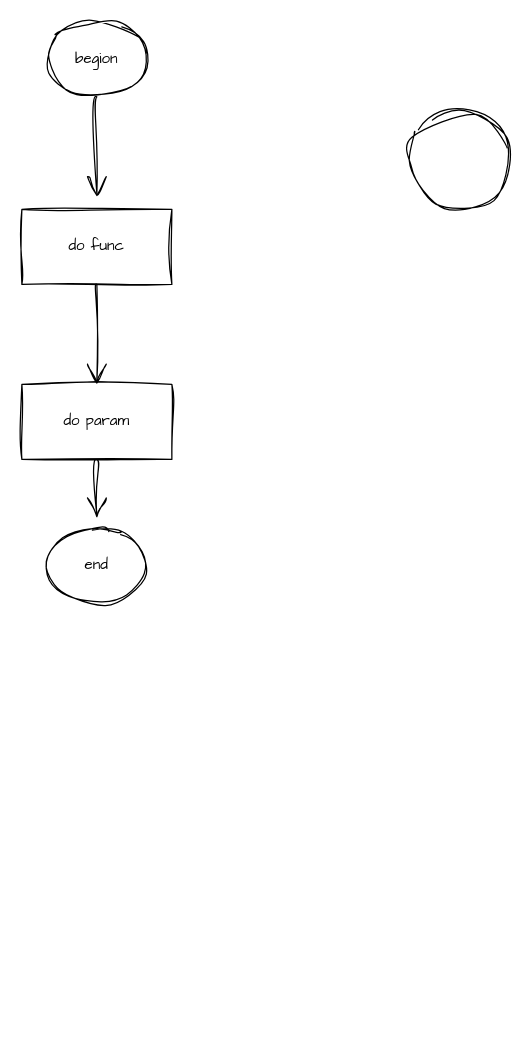
Before: 架构流程图.drawio in herozdz/drawio, a draw.io diagram. Source tidied: cells renumbered, new cells numbered last; positions are measured from the earlier drawing's top-left corner, leaving out a move shared by most shapes. Both pictures are drawn from the tidied source at 125%, with x=0, y=0 at pixel (21, 21).
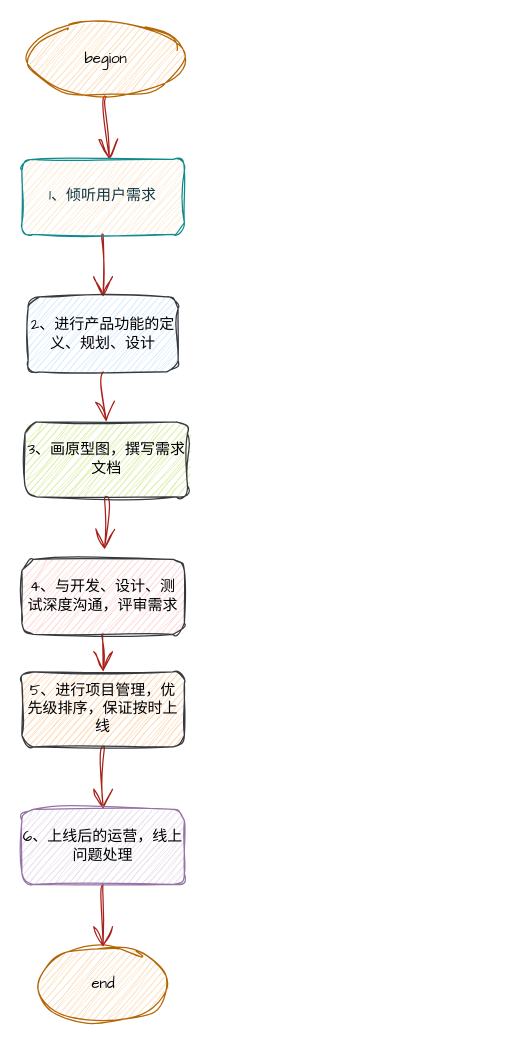
Above is the later version.

Commit message:
更新架构流程图.drawio

Diff of the diagram source:
```diff
@@
 <mxGraphModel>
   <root>
     <mxCell id="0" />
     <mxCell id="1" parent="0" />
-    <mxCell id="2" style="edgeStyle=none;curved=1;rounded=0;sketch=1;hachureGap=4;jiggle=2;curveFitting=1;jettySize=auto;html=1;exitX=0.5;exitY=1;exitDx=0;exitDy=0;fontFamily=Architects Daughter;fontSize=16;startSize=14;endArrow=open;endSize=14;sourcePerimeterSpacing=8;targetPerimeterSpacing=8;" parent="1" edge="1" source="3">
+    <mxCell id="2" style="edgeStyle=none;curved=1;rounded=1;hachureGap=4;jettySize=auto;html=1;exitX=0.5;exitY=1;exitDx=0;exitDy=0;fontFamily=Architects Daughter;fontSize=16;startSize=14;endArrow=open;endSize=14;sourcePerimeterSpacing=8;targetPerimeterSpacing=8;sketch=1;curveFitting=1;jiggle=2;labelBackgroundColor=none;strokeColor=#A8201A;fontColor=default;" parent="1" edge="1" source="3">
       <mxGeometry relative="1" as="geometry">
-        <mxPoint x="60" y="140" as="targetPoint" />
+        <mxPoint x="70" y="110" as="targetPoint" />
       </mxGeometry>
     </mxCell>
-    <mxCell id="3" value="begion" style="ellipse;whiteSpace=wrap;html=1;sketch=1;hachureGap=4;jiggle=2;curveFitting=1;fontFamily=Architects Daughter;" parent="1" vertex="1">
-      <mxGeometry x="20" width="80" height="60" as="geometry" />
+    <mxCell id="3" value="begion" style="ellipse;whiteSpace=wrap;html=1;hachureGap=4;fontFamily=Architects Daughter;rounded=1;sketch=1;curveFitting=1;jiggle=2;labelBackgroundColor=none;fillColor=#fad7ac;strokeColor=#b46504;" parent="1" vertex="1">
+      <mxGeometry x="5" width="125" height="60" as="geometry" />
     </mxCell>
-    <mxCell id="4" style="edgeStyle=none;curved=1;rounded=0;sketch=1;hachureGap=4;jiggle=2;curveFitting=1;jettySize=auto;html=1;exitX=0.5;exitY=1;exitDx=0;exitDy=0;fontFamily=Architects Daughter;fontSize=16;startSize=14;endArrow=open;endSize=14;sourcePerimeterSpacing=8;targetPerimeterSpacing=8;" parent="1" edge="1" source="5">
-      <mxGeometry relative="1" as="geometry">
-        <mxPoint x="60" y="290" as="targetPoint" />
-      </mxGeometry>
+    <mxCell id="4" style="edgeStyle=none;curved=1;rounded=1;hachureGap=4;jettySize=auto;html=1;exitX=0.5;exitY=1;exitDx=0;exitDy=0;fontFamily=Architects Daughter;fontSize=16;startSize=14;endArrow=open;endSize=14;sourcePerimeterSpacing=8;targetPerimeterSpacing=8;entryX=0.5;entryY=0;entryDx=0;entryDy=0;sketch=1;curveFitting=1;jiggle=2;labelBackgroundColor=none;strokeColor=#A8201A;fontColor=default;" parent="1" edge="1" source="5" target="7">
+      <mxGeometry relative="1" as="geometry" />
     </mxCell>
-    <mxCell id="5" value="do func" style="whiteSpace=wrap;html=1;sketch=1;hachureGap=4;jiggle=2;curveFitting=1;fontFamily=Architects Daughter;" parent="1" vertex="1">
-      <mxGeometry y="150" width="120" height="60" as="geometry" />
+    <mxCell id="5" value="1、倾听用户需求" style="whiteSpace=wrap;html=1;hachureGap=4;fontFamily=Architects Daughter;rounded=1;sketch=1;curveFitting=1;jiggle=2;labelBackgroundColor=none;fillColor=#FAE5C7;strokeColor=#0F8B8D;fontColor=#143642;" parent="1" vertex="1">
+      <mxGeometry y="110" width="130" height="60" as="geometry" />
     </mxCell>
-    <mxCell id="6" style="edgeStyle=none;curved=1;rounded=0;sketch=1;hachureGap=4;jiggle=2;curveFitting=1;jettySize=auto;html=1;exitX=0.5;exitY=1;exitDx=0;exitDy=0;fontFamily=Architects Daughter;fontSize=16;startSize=14;endArrow=open;endSize=14;sourcePerimeterSpacing=8;targetPerimeterSpacing=8;" parent="1" edge="1" source="7" target="8">
-      <mxGeometry relative="1" as="geometry" />
-    </mxCell>
+    <mxCell id="10" style="edgeStyle=none;curved=1;rounded=1;hachureGap=4;jettySize=auto;html=1;exitX=0.5;exitY=1;exitDx=0;exitDy=0;fontFamily=Architects Daughter;fontSize=16;startSize=14;endArrow=open;endSize=14;sourcePerimeterSpacing=8;targetPerimeterSpacing=8;entryX=0.5;entryY=0;entryDx=0;entryDy=0;sketch=1;curveFitting=1;jiggle=2;labelBackgroundColor=none;strokeColor=#A8201A;fontColor=default;" parent="1" edge="1" source="7" target="12">
+      <mxGeometry relative="1" as="geometry" />
+    </mxCell>
-    <mxCell id="7" value="do param" style="whiteSpace=wrap;html=1;sketch=1;hachureGap=4;jiggle=2;curveFitting=1;fontFamily=Architects Daughter;" parent="1" vertex="1">
-      <mxGeometry y="290" width="120" height="60" as="geometry" />
+    <mxCell id="7" value="2、进行产品功能的定义、规划、设计" style="whiteSpace=wrap;html=1;hachureGap=4;fontFamily=Architects Daughter;rounded=1;sketch=1;curveFitting=1;jiggle=2;labelBackgroundColor=none;fillColor=#cce5ff;strokeColor=#36393d;" parent="1" vertex="1">
+      <mxGeometry x="5" y="220" width="120" height="60" as="geometry" />
     </mxCell>
-    <mxCell id="8" value="end" style="ellipse;whiteSpace=wrap;html=1;sketch=1;hachureGap=4;jiggle=2;curveFitting=1;fontFamily=Architects Daughter;" parent="1" vertex="1">
-      <mxGeometry x="20" y="405" width="80" height="60" as="geometry" />
+    <mxCell id="8" value="end" style="ellipse;whiteSpace=wrap;html=1;hachureGap=4;fontFamily=Architects Daughter;rounded=1;sketch=1;curveFitting=1;jiggle=2;labelBackgroundColor=none;fillColor=#fad7ac;strokeColor=#b46504;" parent="1" vertex="1">
+      <mxGeometry x="12.5" y="740" width="105" height="60" as="geometry" />
     </mxCell>
-    <mxCell id="9" style="ellipse;whiteSpace=wrap;html=1;sketch=1;hachureGap=4;jiggle=2;curveFitting=1;fontFamily=Architects Daughter;" parent="1" vertex="1">
-      <mxGeometry x="310" y="70" width="80" height="80" as="geometry" />
-    </mxCell>
+    <mxCell id="11" style="edgeStyle=none;curved=1;rounded=1;hachureGap=4;jettySize=auto;html=1;exitX=0.5;exitY=1;exitDx=0;exitDy=0;fontFamily=Architects Daughter;fontSize=16;startSize=14;endArrow=open;endSize=14;sourcePerimeterSpacing=8;targetPerimeterSpacing=8;sketch=1;curveFitting=1;jiggle=2;labelBackgroundColor=none;strokeColor=#A8201A;fontColor=default;" parent="1" edge="1" source="12" target="14">
+      <mxGeometry relative="1" as="geometry" />
+    </mxCell>
+    <mxCell id="12" value="3、画原型图，撰写需求文档" style="rounded=1;whiteSpace=wrap;html=1;hachureGap=4;fontFamily=Architects Daughter;sketch=1;curveFitting=1;jiggle=2;labelBackgroundColor=none;fillColor=#cdeb8b;strokeColor=#36393d;" parent="1" vertex="1">
+      <mxGeometry x="2.5" y="320" width="130" height="60" as="geometry" />
+    </mxCell>
+    <mxCell id="13" style="edgeStyle=none;curved=1;rounded=1;hachureGap=4;jettySize=auto;html=1;exitX=0.5;exitY=1;exitDx=0;exitDy=0;entryX=0.5;entryY=0;entryDx=0;entryDy=0;fontFamily=Architects Daughter;fontSize=16;startSize=14;endArrow=open;endSize=14;sourcePerimeterSpacing=8;targetPerimeterSpacing=8;sketch=1;curveFitting=1;jiggle=2;labelBackgroundColor=none;strokeColor=#A8201A;fontColor=default;" parent="1" edge="1" source="14" target="16">
+      <mxGeometry relative="1" as="geometry" />
+    </mxCell>
+    <mxCell id="14" value="4、与开发、设计、测试深度沟通，评审需求" style="rounded=1;whiteSpace=wrap;html=1;hachureGap=4;fontFamily=Architects Daughter;sketch=1;curveFitting=1;jiggle=2;labelBackgroundColor=none;fillColor=#ffcccc;strokeColor=#36393d;" parent="1" vertex="1">
+      <mxGeometry y="430" width="130" height="60" as="geometry" />
+    </mxCell>
+    <mxCell id="15" style="edgeStyle=none;curved=1;rounded=1;hachureGap=4;jettySize=auto;html=1;exitX=0.5;exitY=1;exitDx=0;exitDy=0;entryX=0.5;entryY=0;entryDx=0;entryDy=0;fontFamily=Architects Daughter;fontSize=16;startSize=14;endArrow=open;endSize=14;sourcePerimeterSpacing=8;targetPerimeterSpacing=8;sketch=1;curveFitting=1;jiggle=2;labelBackgroundColor=none;strokeColor=#A8201A;fontColor=default;" parent="1" edge="1" source="16" target="18">
+      <mxGeometry relative="1" as="geometry" />
+    </mxCell>
+    <mxCell id="16" value="5、进行项目管理，优先级排序，保证按时上线" style="rounded=1;whiteSpace=wrap;html=1;hachureGap=4;fontFamily=Architects Daughter;sketch=1;curveFitting=1;jiggle=2;labelBackgroundColor=none;fillColor=#ffcc99;strokeColor=#36393d;" parent="1" vertex="1">
+      <mxGeometry y="520" width="130" height="60" as="geometry" />
+    </mxCell>
+    <mxCell id="17" style="edgeStyle=none;curved=1;rounded=1;hachureGap=4;jettySize=auto;html=1;exitX=0.5;exitY=1;exitDx=0;exitDy=0;entryX=0.5;entryY=0;entryDx=0;entryDy=0;fontFamily=Architects Daughter;fontSize=16;startSize=14;endArrow=open;endSize=14;sourcePerimeterSpacing=8;targetPerimeterSpacing=8;sketch=1;curveFitting=1;jiggle=2;labelBackgroundColor=none;strokeColor=#A8201A;fontColor=default;" parent="1" edge="1" source="18" target="8">
+      <mxGeometry relative="1" as="geometry" />
+    </mxCell>
+    <mxCell id="18" value="6、上线后的运营，线上问题处理" style="rounded=1;whiteSpace=wrap;html=1;hachureGap=4;fontFamily=Architects Daughter;sketch=1;curveFitting=1;jiggle=2;labelBackgroundColor=none;fillColor=#e1d5e7;strokeColor=#9673a6;" parent="1" vertex="1">
+      <mxGeometry y="630" width="130" height="60" as="geometry" />
+    </mxCell>
   </root>
 </mxGraphModel>
```
